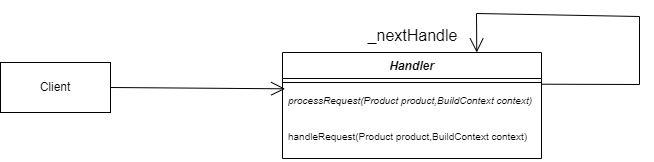
This is diagram.drawio.png from xiangxiang3451/OOAP_03, a draw.io export, as it was before one commit. Source tidied: cells renumbered, new cells last; positions are measured from the earlier drawing's top-left corner, leaving out a move shared by most shapes.
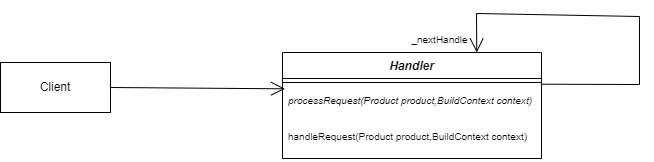
After the commit.

Diff of the diagram source:
```diff
@@ -30,8 +30,8 @@
     <mxCell id="8" style="endArrow=open;endFill=1;endSize=12;html=1;rounded=0;fontSize=12;curved=1;entryX=0.01;entryY=0.064;entryDx=0;entryDy=0;entryPerimeter=0;exitX=1;exitY=0.5;exitDx=0;exitDy=0;" parent="1" edge="1" source="7" target="4">
       <mxGeometry relative="1" as="geometry" />
     </mxCell>
-    <mxCell id="9" value="_nextHandle" style="text;html=1;align=center;verticalAlign=middle;strokeColor=none;fillColor=none;fontSize=16;" parent="1" vertex="1">
-      <mxGeometry x="357.5" y="6" width="108" height="31" as="geometry" />
+    <mxCell id="9" value="&lt;font style=&quot;font-size: 10px;&quot;&gt;_nextHandle&lt;/font&gt;" style="text;html=1;align=center;verticalAlign=middle;strokeColor=none;fillColor=none;fontSize=16;" parent="1" vertex="1">
+      <mxGeometry x="402" y="8" width="74" height="31" as="geometry" />
     </mxCell>
   </root>
 </mxGraphModel>
```
